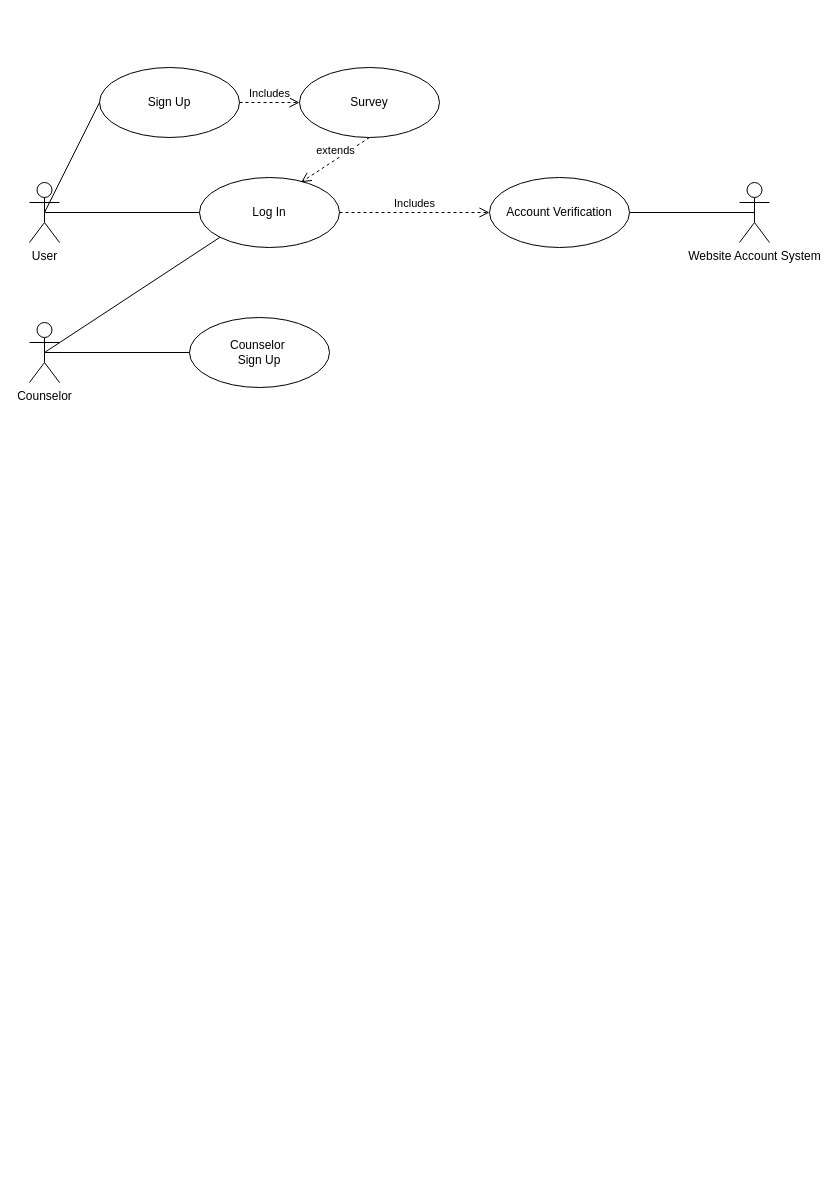
This is Untitled Diagram.drawio from EliezerOng/CZ2006-Web-Devz, a draw.io file, before an edit. Source tidied: cells renumbered, new cells numbered last; positions are measured from the earlier drawing's top-left corner, leaving out a move shared by most shapes. Both pictures are drawn from the tidied source at 100%, with x=0, y=0 at pixel (29, 67).
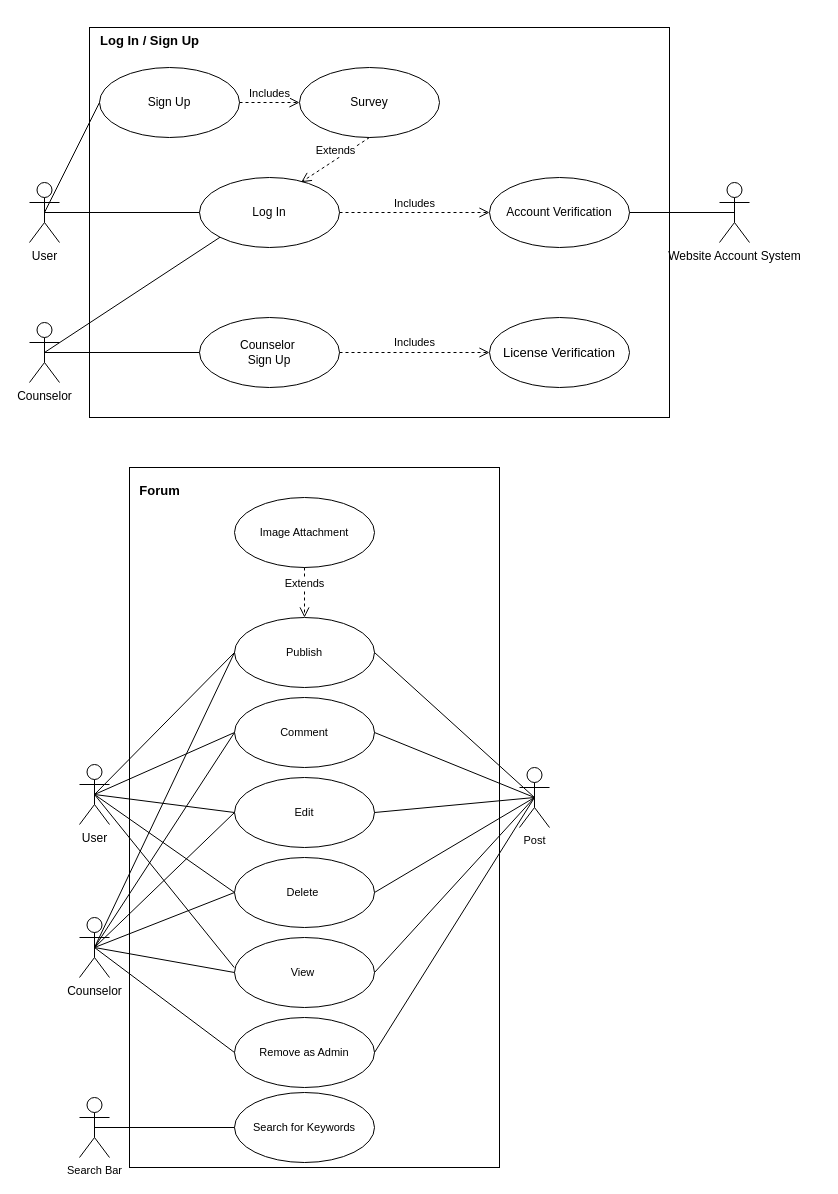
The same page after the edit.

Commit message:
included forum use case

Unchanged cells that the change refers to:
```xml
<mxCell id="6" value="Survey" style="ellipse;whiteSpace=wrap;html=1;" parent="1" vertex="1">
  <mxGeometry x="270" width="140" height="70" as="geometry" />
</mxCell>
<mxCell id="9" value="Log In" style="ellipse;whiteSpace=wrap;html=1;" parent="1" vertex="1">
  <mxGeometry x="170" y="110" width="140" height="70" as="geometry" />
</mxCell>
```

The edit, as a diff of the source:
```diff
@@
+    <mxCell id="18" style="rounded=0;whiteSpace=wrap;html=1;fontSize=11;" parent="1" vertex="1">
+      <mxGeometry x="100" y="400" width="370" height="700" as="geometry" />
+    </mxCell>
+    <mxCell id="19" style="rounded=0;whiteSpace=wrap;html=1;" parent="1" vertex="1">
+      <mxGeometry x="60" y="-40" width="580" height="390" as="geometry" />
+    </mxCell>
@@
     <mxCell id="7" value="Counselor&amp;nbsp;&lt;br&gt;Sign Up" style="ellipse;whiteSpace=wrap;html=1;" parent="1" vertex="1">
-      <mxGeometry x="160" y="250" width="140" height="70" as="geometry" />
+      <mxGeometry x="170" y="250" width="140" height="70" as="geometry" />
     </mxCell>
@@
     <mxCell id="14" value="Website Account System" style="shape=umlActor;verticalLabelPosition=bottom;verticalAlign=top;html=1;" parent="1" vertex="1">
-      <mxGeometry x="710" y="115" width="30" height="60" as="geometry" />
+      <mxGeometry x="690" y="115" width="30" height="60" as="geometry" />
     </mxCell>
@@
-    <mxCell id="16" value="extends" style="html=1;verticalAlign=bottom;endArrow=open;dashed=1;endSize=8;rounded=0;entryX=0.726;entryY=0.067;entryDx=0;entryDy=0;exitX=0.5;exitY=1;exitDx=0;exitDy=0;entryPerimeter=0;" parent="1" edge="1" source="6" target="9">
+    <mxCell id="16" value="Extends" style="html=1;verticalAlign=bottom;endArrow=open;dashed=1;endSize=8;rounded=0;entryX=0.726;entryY=0.067;entryDx=0;entryDy=0;exitX=0.5;exitY=1;exitDx=0;exitDy=0;entryPerimeter=0;" parent="1" edge="1" source="6" target="9">
       <mxGeometry relative="1" as="geometry" />
     </mxCell>
@@
+    <mxCell id="20" value="&lt;font style=&quot;font-size: 13px&quot;&gt;Log In / Sign Up&lt;/font&gt;" style="text;strokeColor=none;fillColor=none;html=1;fontSize=24;fontStyle=1;verticalAlign=middle;align=center;" parent="1" vertex="1">
+      <mxGeometry x="70" y="-50" width="100" height="40" as="geometry" />
+    </mxCell>
+    <mxCell id="21" value="License Verification" style="ellipse;whiteSpace=wrap;html=1;fontSize=13;" parent="1" vertex="1">
+      <mxGeometry x="460" y="250" width="140" height="70" as="geometry" />
+    </mxCell>
+    <mxCell id="22" value="&lt;font style=&quot;font-size: 11px&quot;&gt;Includes&lt;/font&gt;" style="html=1;verticalAlign=bottom;endArrow=open;dashed=1;endSize=8;rounded=0;fontSize=13;exitX=1;exitY=0.5;exitDx=0;exitDy=0;" parent="1" edge="1" source="7" target="21">
+      <mxGeometry relative="1" as="geometry" />
+    </mxCell>
+    <mxCell id="23" value="User" style="shape=umlActor;verticalLabelPosition=bottom;verticalAlign=top;html=1;outlineConnect=0;" parent="1" vertex="1">
+      <mxGeometry x="50" y="697" width="30" height="60" as="geometry" />
+    </mxCell>
+    <mxCell id="24" value="Counselor" style="shape=umlActor;verticalLabelPosition=bottom;verticalAlign=top;html=1;outlineConnect=0;" parent="1" vertex="1">
+      <mxGeometry x="50" y="850" width="30" height="60" as="geometry" />
+    </mxCell>
+    <mxCell id="25" value="Publish" style="ellipse;whiteSpace=wrap;html=1;fontSize=11;" parent="1" vertex="1">
+      <mxGeometry x="205" y="550" width="140" height="70" as="geometry" />
+    </mxCell>
+    <mxCell id="26" style="endArrow=none;html=1;rounded=0;fontSize=11;exitX=0.5;exitY=0.5;exitDx=0;exitDy=0;exitPerimeter=0;entryX=0;entryY=0.5;entryDx=0;entryDy=0;" parent="1" edge="1" source="23" target="25">
+      <mxGeometry relative="1" as="geometry" />
+    </mxCell>
+    <mxCell id="27" value="Image Attachment" style="ellipse;whiteSpace=wrap;html=1;fontSize=11;" parent="1" vertex="1">
+      <mxGeometry x="205" y="430" width="140" height="70" as="geometry" />
+    </mxCell>
+    <mxCell id="28" value="Extends" style="html=1;verticalAlign=bottom;endArrow=open;dashed=1;endSize=8;rounded=0;fontSize=11;" parent="1" edge="1" source="27" target="25">
+      <mxGeometry relative="1" as="geometry" />
+    </mxCell>
+    <mxCell id="29" style="endArrow=none;html=1;rounded=0;fontSize=11;exitX=0.5;exitY=0.5;exitDx=0;exitDy=0;exitPerimeter=0;entryX=0;entryY=0.5;entryDx=0;entryDy=0;" parent="1" edge="1" source="23" target="30">
+      <mxGeometry relative="1" as="geometry" />
+    </mxCell>
+    <mxCell id="30" value="Comment" style="ellipse;whiteSpace=wrap;html=1;fontSize=11;" parent="1" vertex="1">
+      <mxGeometry x="205" y="630" width="140" height="70" as="geometry" />
+    </mxCell>
+    <mxCell id="31" value="Edit" style="ellipse;whiteSpace=wrap;html=1;fontSize=11;" parent="1" vertex="1">
+      <mxGeometry x="205" y="710" width="140" height="70" as="geometry" />
+    </mxCell>
+    <mxCell id="32" value="Delete&amp;nbsp;" style="ellipse;whiteSpace=wrap;html=1;fontSize=11;" parent="1" vertex="1">
+      <mxGeometry x="205" y="790" width="140" height="70" as="geometry" />
+    </mxCell>
+    <mxCell id="33" style="endArrow=none;html=1;rounded=0;fontSize=11;exitX=0.5;exitY=0.5;exitDx=0;exitDy=0;exitPerimeter=0;entryX=0;entryY=0.5;entryDx=0;entryDy=0;" parent="1" edge="1" source="23" target="31">
+      <mxGeometry relative="1" as="geometry" />
+    </mxCell>
+    <mxCell id="34" style="endArrow=none;html=1;rounded=0;fontSize=11;exitX=0.5;exitY=0.5;exitDx=0;exitDy=0;exitPerimeter=0;entryX=0;entryY=0.5;entryDx=0;entryDy=0;" parent="1" edge="1" source="23" target="32">
+      <mxGeometry relative="1" as="geometry" />
+    </mxCell>
+    <mxCell id="35" value="View&amp;nbsp;" style="ellipse;whiteSpace=wrap;html=1;fontSize=11;" parent="1" vertex="1">
+      <mxGeometry x="205" y="870" width="140" height="70" as="geometry" />
+    </mxCell>
+    <mxCell id="36" style="endArrow=none;html=1;rounded=0;fontSize=11;entryX=-0.002;entryY=0.429;entryDx=0;entryDy=0;entryPerimeter=0;exitX=0.5;exitY=0.5;exitDx=0;exitDy=0;exitPerimeter=0;" parent="1" edge="1" source="23" target="35">
+      <mxGeometry relative="1" as="geometry" />
+    </mxCell>
+    <mxCell id="37" value="Post" style="shape=umlActor;verticalLabelPosition=bottom;verticalAlign=top;html=1;fontSize=11;" parent="1" vertex="1">
+      <mxGeometry x="490" y="700" width="30" height="60" as="geometry" />
+    </mxCell>
+    <mxCell id="38" style="endArrow=none;html=1;rounded=0;fontSize=11;exitX=1;exitY=0.5;exitDx=0;exitDy=0;entryX=0.5;entryY=0.5;entryDx=0;entryDy=0;entryPerimeter=0;" parent="1" edge="1" source="30" target="37">
+      <mxGeometry relative="1" as="geometry" />
+    </mxCell>
+    <mxCell id="39" style="endArrow=none;html=1;rounded=0;fontSize=11;exitX=1;exitY=0.5;exitDx=0;exitDy=0;entryX=0.5;entryY=0.5;entryDx=0;entryDy=0;entryPerimeter=0;" parent="1" edge="1" source="35" target="37">
+      <mxGeometry relative="1" as="geometry" />
+    </mxCell>
+    <mxCell id="40" style="endArrow=none;html=1;rounded=0;fontSize=11;exitX=1;exitY=0.5;exitDx=0;exitDy=0;entryX=0.5;entryY=0.5;entryDx=0;entryDy=0;entryPerimeter=0;" parent="1" edge="1" source="32" target="37">
+      <mxGeometry relative="1" as="geometry" />
+    </mxCell>
+    <mxCell id="41" style="endArrow=none;html=1;rounded=0;fontSize=11;exitX=1;exitY=0.5;exitDx=0;exitDy=0;entryX=0.5;entryY=0.5;entryDx=0;entryDy=0;entryPerimeter=0;" parent="1" edge="1" source="31" target="37">
+      <mxGeometry relative="1" as="geometry" />
+    </mxCell>
+    <mxCell id="42" style="endArrow=none;html=1;rounded=0;fontSize=11;exitX=1;exitY=0.5;exitDx=0;exitDy=0;entryX=0.5;entryY=0.5;entryDx=0;entryDy=0;entryPerimeter=0;" parent="1" edge="1" source="25" target="37">
+      <mxGeometry relative="1" as="geometry" />
+    </mxCell>
+    <mxCell id="43" style="endArrow=none;html=1;rounded=0;fontSize=11;entryX=0;entryY=0.5;entryDx=0;entryDy=0;exitX=0.5;exitY=0.5;exitDx=0;exitDy=0;exitPerimeter=0;" parent="1" edge="1" source="24" target="25">
+      <mxGeometry relative="1" as="geometry" />
+    </mxCell>
+    <mxCell id="44" style="endArrow=none;html=1;rounded=0;fontSize=11;entryX=0;entryY=0.5;entryDx=0;entryDy=0;exitX=0.5;exitY=0.5;exitDx=0;exitDy=0;exitPerimeter=0;" parent="1" edge="1" source="24" target="30">
+      <mxGeometry relative="1" as="geometry" />
+    </mxCell>
+    <mxCell id="45" style="endArrow=none;html=1;rounded=0;fontSize=11;exitX=0.5;exitY=0.5;exitDx=0;exitDy=0;entryX=0;entryY=0.5;entryDx=0;entryDy=0;exitPerimeter=0;" parent="1" edge="1" source="24" target="31">
+      <mxGeometry relative="1" as="geometry" />
+    </mxCell>
+    <mxCell id="46" style="endArrow=none;html=1;rounded=0;fontSize=11;exitX=0.5;exitY=0.5;exitDx=0;exitDy=0;entryX=0;entryY=0.5;entryDx=0;entryDy=0;exitPerimeter=0;" parent="1" edge="1" source="24" target="32">
+      <mxGeometry relative="1" as="geometry" />
+    </mxCell>
+    <mxCell id="47" style="endArrow=none;html=1;rounded=0;fontSize=11;exitX=0.5;exitY=0.5;exitDx=0;exitDy=0;entryX=0;entryY=0.5;entryDx=0;entryDy=0;exitPerimeter=0;" parent="1" edge="1" source="24" target="35">
+      <mxGeometry relative="1" as="geometry" />
+    </mxCell>
+    <mxCell id="48" value="Remove as Admin" style="ellipse;whiteSpace=wrap;html=1;fontSize=11;" parent="1" vertex="1">
+      <mxGeometry x="205" y="950" width="140" height="70" as="geometry" />
+    </mxCell>
+    <mxCell id="49" style="endArrow=none;html=1;rounded=0;fontSize=11;exitX=0.5;exitY=0.5;exitDx=0;exitDy=0;exitPerimeter=0;entryX=0;entryY=0.5;entryDx=0;entryDy=0;" parent="1" edge="1" source="24" target="48">
+      <mxGeometry relative="1" as="geometry" />
+    </mxCell>
+    <mxCell id="50" style="endArrow=none;html=1;rounded=0;fontSize=11;exitX=1;exitY=0.5;exitDx=0;exitDy=0;entryX=0.5;entryY=0.5;entryDx=0;entryDy=0;entryPerimeter=0;" parent="1" edge="1" source="48" target="37">
+      <mxGeometry relative="1" as="geometry" />
+    </mxCell>
+    <mxCell id="51" value="Search Bar" style="shape=umlActor;verticalLabelPosition=bottom;verticalAlign=top;html=1;fontSize=11;" parent="1" vertex="1">
+      <mxGeometry x="50" y="1030" width="30" height="60" as="geometry" />
+    </mxCell>
+    <mxCell id="52" value="Search for Keywords" style="ellipse;whiteSpace=wrap;html=1;fontSize=11;" parent="1" vertex="1">
+      <mxGeometry x="205" y="1025" width="140" height="70" as="geometry" />
+    </mxCell>
+    <mxCell id="53" style="endArrow=none;html=1;rounded=0;fontSize=11;exitX=0.5;exitY=0.5;exitDx=0;exitDy=0;exitPerimeter=0;" parent="1" edge="1" source="51" target="52">
+      <mxGeometry relative="1" as="geometry" />
+    </mxCell>
+    <mxCell id="54" value="&lt;font style=&quot;font-size: 13px&quot;&gt;Forum&lt;/font&gt;" style="text;strokeColor=none;fillColor=none;html=1;fontSize=24;fontStyle=1;verticalAlign=middle;align=center;" parent="1" vertex="1">
+      <mxGeometry x="80" y="400" width="100" height="40" as="geometry" />
+    </mxCell>
```
